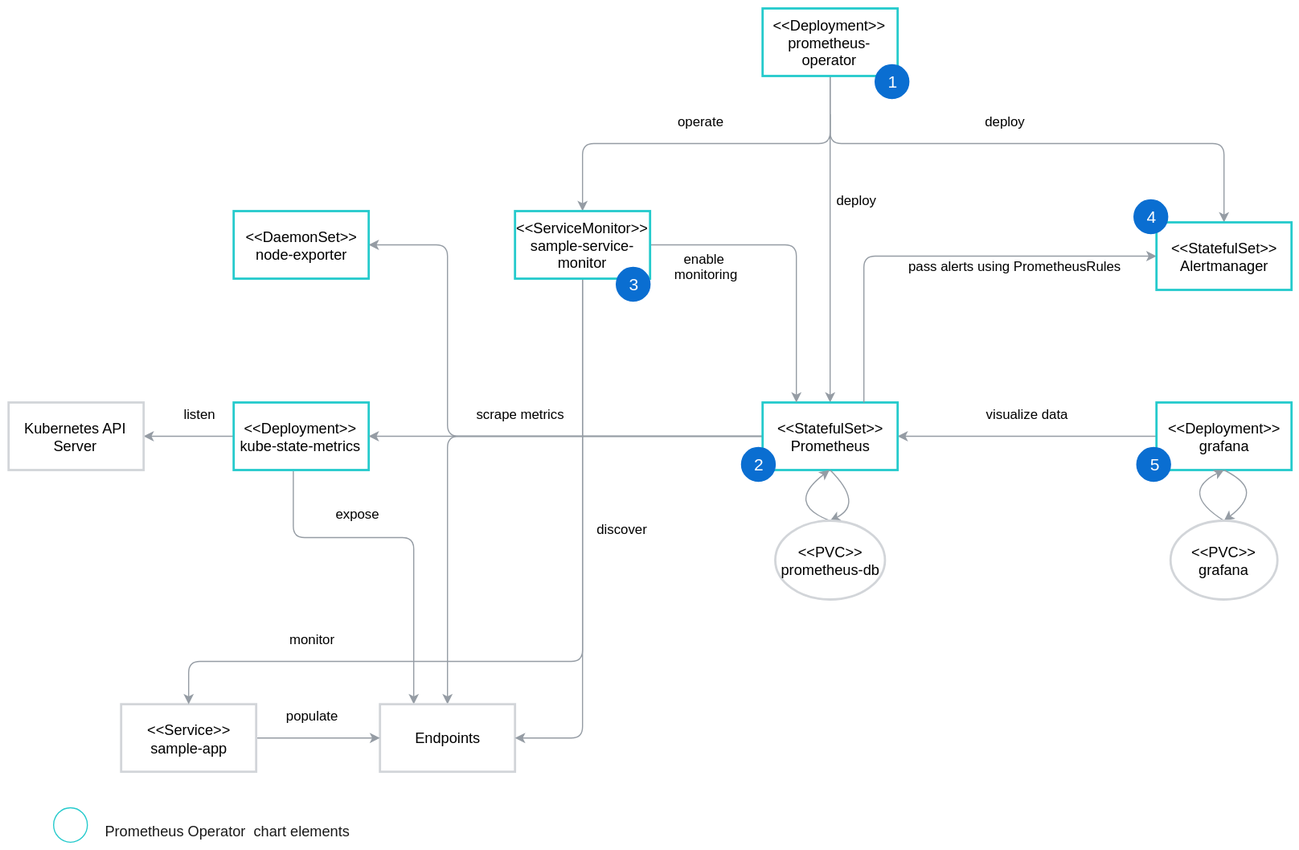
Earlier version of the draw.io export docs/05-technical-reference/03-architecture/assets/obsv-monitoring-architecture.svg (kyma-project/kyma). Source tidied: cells renumbered, new cells last; positions are measured from the earlier drawing's top-left corner, leaving out a move shared by most shapes.
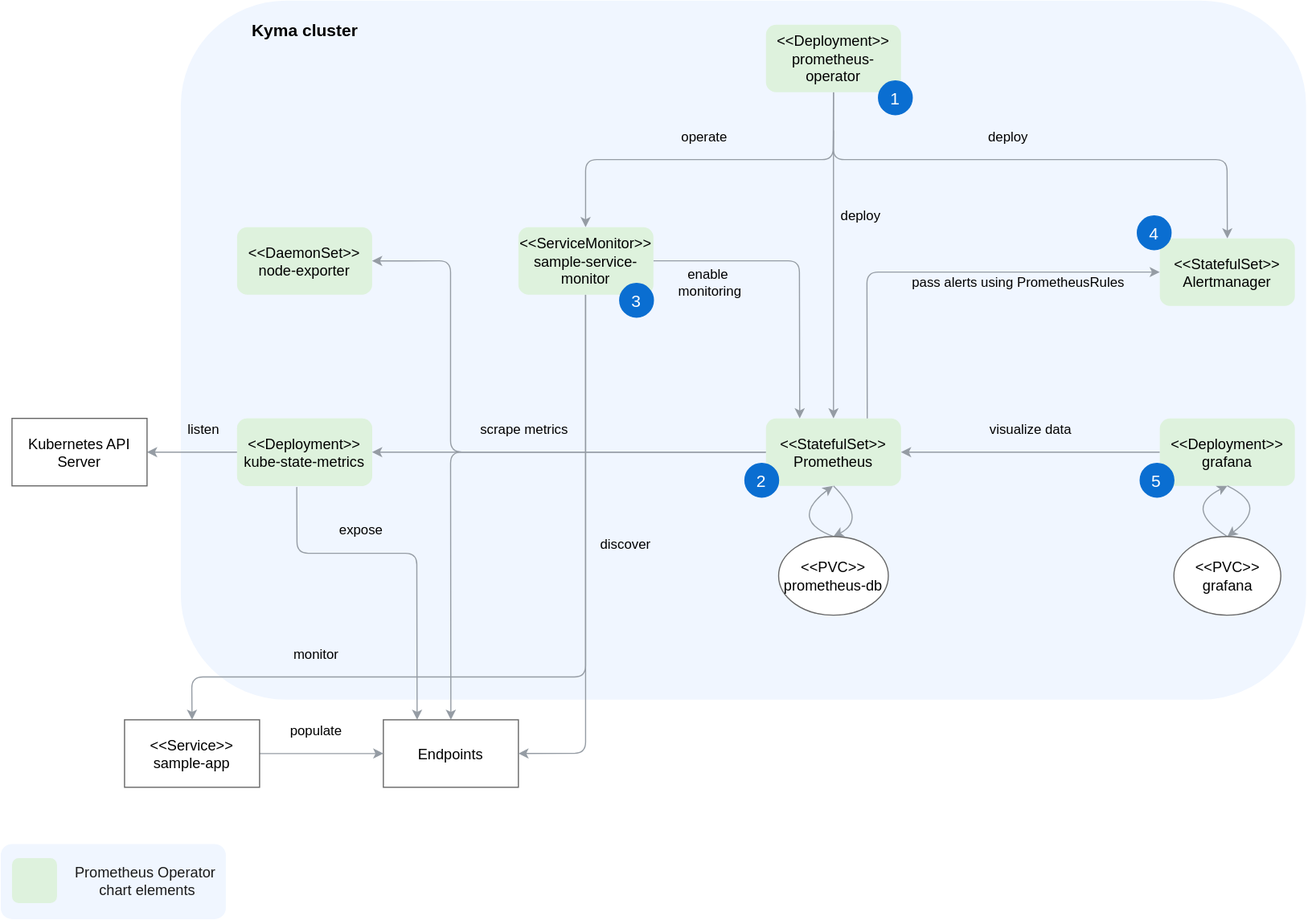
After the commit.

Commit message:
redesign monitoring diagrams in new style

The edit, as a diff of the source:
```diff
@@ -2,6 +2,15 @@
   <root>
     <mxCell id="0" />
     <mxCell id="1" parent="0" />
+    <mxCell id="51" style="rounded=1;whiteSpace=wrap;html=1;strokeColor=none;fillColor=#F0F6FF;" parent="1" vertex="1">
+      <mxGeometry x="-10" y="728.5" width="200" height="66.8" as="geometry" />
+    </mxCell>
+    <mxCell id="52" style="rounded=1;whiteSpace=wrap;html=1;strokeColor=none;fillColor=#F0F6FF;" parent="1" vertex="1">
+      <mxGeometry x="150" y="-21.5" width="1000" height="621.5" as="geometry" />
+    </mxCell>
+    <mxCell id="53" style="rounded=1;whiteSpace=wrap;html=1;strokeColor=none;fillColor=#DEF2DD;" parent="1" vertex="1">
+      <mxGeometry x="200" y="350" width="120" height="60" as="geometry" />
+    </mxCell>
     <mxCell id="2" style="edgeStyle=orthogonalEdgeStyle;jettySize=auto;html=1;exitX=0.5;exitY=1;exitDx=0;exitDy=0;entryX=0.5;entryY=0;entryDx=0;entryDy=0;rounded=1;strokeColor=#959CA4;" parent="1" edge="1" target="17">
       <mxGeometry relative="1" as="geometry">
         <mxPoint x="730" y="94" as="sourcePoint" />
@@ -17,13 +26,13 @@
     <mxCell id="4" style="edgeStyle=orthogonalEdgeStyle;rounded=1;jettySize=auto;html=1;strokeColor=#959CA4;" parent="1" edge="1" source="5" target="15">
       <mxGeometry relative="1" as="geometry" />
     </mxCell>
-    <mxCell id="5" value="&amp;lt;&amp;lt;Deployment&amp;gt;&amp;gt;&lt;br style=&quot;font-size: 13px;&quot;&gt;prometheus-operator" style="rounded=0;whiteSpace=wrap;html=1;strokeColor=#24CACC;strokeWidth=2;fontSize=13;" parent="1" vertex="1">
+    <mxCell id="5" value="&amp;lt;&amp;lt;Deployment&amp;gt;&amp;gt;&lt;br style=&quot;font-size: 13px;&quot;&gt;prometheus-operator" style="rounded=1;whiteSpace=wrap;html=1;strokeWidth=2;fontSize=13;fillColor=#DEF2DD;strokeColor=none;" parent="1" vertex="1">
       <mxGeometry x="670" width="120" height="60" as="geometry" />
     </mxCell>
     <mxCell id="6" style="edgeStyle=orthogonalEdgeStyle;rounded=1;jettySize=auto;html=1;strokeColor=#959CA4;" parent="1" edge="1" source="7" target="15">
       <mxGeometry relative="1" as="geometry" />
     </mxCell>
-    <mxCell id="7" value="&amp;lt;&amp;lt;Deployment&amp;gt;&amp;gt;&lt;br style=&quot;font-size: 13px;&quot;&gt;grafana" style="rounded=0;whiteSpace=wrap;html=1;strokeColor=#24CACC;strokeWidth=2;fontSize=13;" parent="1" vertex="1">
+    <mxCell id="7" value="&amp;lt;&amp;lt;Deployment&amp;gt;&amp;gt;&lt;br style=&quot;font-size: 13px;&quot;&gt;grafana" style="rounded=1;whiteSpace=wrap;html=1;strokeWidth=2;fontSize=13;fillColor=#DEF2DD;strokeColor=none;" parent="1" vertex="1">
       <mxGeometry x="1020" y="350" width="120" height="60" as="geometry" />
     </mxCell>
     <mxCell id="8" style="edgeStyle=orthogonalEdgeStyle;rounded=1;jettySize=auto;html=1;strokeColor=#959CA4;" parent="1" edge="1" source="10" target="11">
@@ -37,10 +46,10 @@
         </Array>
       </mxGeometry>
     </mxCell>
-    <mxCell id="10" value="&amp;lt;&amp;lt;Deployment&amp;gt;&amp;gt;&lt;br style=&quot;font-size: 13px;&quot;&gt;kube-state-metrics" style="rounded=0;whiteSpace=wrap;html=1;strokeColor=#24CACC;strokeWidth=2;fontSize=13;" parent="1" vertex="1">
+    <mxCell id="10" value="&amp;lt;&amp;lt;Deployment&amp;gt;&amp;gt;&lt;br style=&quot;font-size: 13px;&quot;&gt;kube-state-metrics" style="rounded=1;whiteSpace=wrap;html=1;strokeWidth=2;fontSize=13;strokeColor=none;fillColor=#DEF2DD;" parent="1" vertex="1">
       <mxGeometry x="200" y="350" width="120" height="60" as="geometry" />
     </mxCell>
-    <mxCell id="11" value="Kubernetes API Server" style="rounded=0;whiteSpace=wrap;html=1;strokeColor=#D2D5D9;strokeWidth=2;fontSize=13;" parent="1" vertex="1">
+    <mxCell id="11" value="Kubernetes API Server" style="rounded=0;whiteSpace=wrap;html=1;strokeWidth=1;fontSize=13;strokeColor=#666666;" parent="1" vertex="1">
       <mxGeometry y="350" width="120" height="60" as="geometry" />
     </mxCell>
     <mxCell id="12" style="edgeStyle=orthogonalEdgeStyle;rounded=1;jettySize=auto;html=1;entryX=1;entryY=0.5;entryDx=0;entryDy=0;strokeColor=#959CA4;" parent="1" edge="1" source="15" target="10">
@@ -57,13 +66,13 @@
     <mxCell id="14" style="edgeStyle=orthogonalEdgeStyle;rounded=1;jettySize=auto;html=1;entryX=0.5;entryY=0;entryDx=0;entryDy=0;strokeColor=#959CA4;" parent="1" edge="1" source="15" target="25">
       <mxGeometry relative="1" as="geometry" />
     </mxCell>
-    <mxCell id="15" value="&lt;font style=&quot;font-size: 13px&quot;&gt;&amp;lt;&amp;lt;StatefulSet&amp;gt;&amp;gt;&lt;br style=&quot;font-size: 13px;&quot;&gt;Prometheus&lt;/font&gt;" style="rounded=0;whiteSpace=wrap;html=1;strokeColor=#24CACC;strokeWidth=2;fontSize=13;" parent="1" vertex="1">
+    <mxCell id="15" value="&lt;font style=&quot;font-size: 13px&quot;&gt;&amp;lt;&amp;lt;StatefulSet&amp;gt;&amp;gt;&lt;br style=&quot;font-size: 13px;&quot;&gt;Prometheus&lt;/font&gt;" style="rounded=1;whiteSpace=wrap;html=1;strokeWidth=2;fontSize=13;fillColor=#DEF2DD;strokeColor=none;" parent="1" vertex="1">
       <mxGeometry x="670" y="350" width="120" height="60" as="geometry" />
     </mxCell>
     <mxCell id="16" style="edgeStyle=orthogonalEdgeStyle;rounded=1;jettySize=auto;html=1;entryX=0.75;entryY=0;entryDx=0;entryDy=0;strokeColor=#959CA4;startArrow=classic;startFill=1;endArrow=none;endFill=0;" parent="1" edge="1" source="17" target="15">
       <mxGeometry relative="1" as="geometry" />
     </mxCell>
-    <mxCell id="17" value="&amp;lt;&amp;lt;StatefulSet&amp;gt;&amp;gt;&lt;br style=&quot;font-size: 13px;&quot;&gt;Alertmanager" style="rounded=0;whiteSpace=wrap;html=1;strokeColor=#24CACC;strokeWidth=2;fontSize=13;" parent="1" vertex="1">
+    <mxCell id="17" value="&amp;lt;&amp;lt;StatefulSet&amp;gt;&amp;gt;&lt;br style=&quot;font-size: 13px;&quot;&gt;Alertmanager" style="rounded=1;whiteSpace=wrap;html=1;strokeWidth=2;fontSize=13;fillColor=#DEF2DD;strokeColor=none;" parent="1" vertex="1">
       <mxGeometry x="1020" y="190" width="120" height="60" as="geometry" />
     </mxCell>
     <mxCell id="18" style="endArrow=classic;html=1;curved=1;strokeColor=#959CA4;exitX=0.5;exitY=0;exitDx=0;exitDy=0;" parent="1" edge="1" source="20">
@@ -82,7 +91,7 @@
         </Array>
       </mxGeometry>
     </mxCell>
-    <mxCell id="20" value="&amp;lt;&amp;lt;PVC&amp;gt;&amp;gt;&lt;br style=&quot;font-size: 13px;&quot;&gt;prometheus-db" style="ellipse;whiteSpace=wrap;html=1;strokeColor=#D2D5D9;strokeWidth=2;fontSize=13;" parent="1" vertex="1">
+    <mxCell id="20" value="&amp;lt;&amp;lt;PVC&amp;gt;&amp;gt;&lt;br style=&quot;font-size: 13px;&quot;&gt;prometheus-db" style="ellipse;whiteSpace=wrap;html=1;strokeWidth=1;fontSize=13;strokeColor=#666666;" parent="1" vertex="1">
       <mxGeometry x="681.2" y="455" width="97.5" height="70" as="geometry" />
     </mxCell>
     <mxCell id="21" style="endArrow=classic;html=1;curved=1;exitX=0.5;exitY=0;exitDx=0;exitDy=0;strokeColor=#959CA4;" parent="1" edge="1" source="23">
@@ -101,24 +110,21 @@
         </Array>
       </mxGeometry>
     </mxCell>
-    <mxCell id="23" value="&amp;lt;&amp;lt;PVC&amp;gt;&amp;gt;&lt;br style=&quot;font-size: 13px;&quot;&gt;grafana" style="ellipse;whiteSpace=wrap;html=1;strokeColor=#D2D5D9;strokeWidth=2;fontSize=13;" parent="1" vertex="1">
+    <mxCell id="23" value="&amp;lt;&amp;lt;PVC&amp;gt;&amp;gt;&lt;br style=&quot;font-size: 13px;&quot;&gt;grafana" style="ellipse;whiteSpace=wrap;html=1;strokeWidth=1;fontSize=13;strokeColor=#666666;" parent="1" vertex="1">
       <mxGeometry x="1032.5" y="455" width="95" height="70" as="geometry" />
     </mxCell>
-    <mxCell id="24" value="&amp;lt;&amp;lt;DaemonSet&amp;gt;&amp;gt;&lt;br style=&quot;font-size: 13px;&quot;&gt;node-exporter" style="rounded=0;whiteSpace=wrap;html=1;strokeColor=#24CACC;strokeWidth=2;fontSize=13;" parent="1" vertex="1">
+    <mxCell id="24" value="&amp;lt;&amp;lt;DaemonSet&amp;gt;&amp;gt;&lt;br style=&quot;font-size: 13px;&quot;&gt;node-exporter" style="rounded=1;whiteSpace=wrap;html=1;strokeWidth=2;fontSize=13;strokeColor=none;fillColor=#DEF2DD;" parent="1" vertex="1">
       <mxGeometry x="200" y="180" width="120" height="60" as="geometry" />
     </mxCell>
-    <mxCell id="25" value="Endpoints" style="rounded=0;whiteSpace=wrap;html=1;strokeColor=#D2D5D9;strokeWidth=2;fontSize=13;" parent="1" vertex="1">
+    <mxCell id="25" value="Endpoints" style="rounded=0;whiteSpace=wrap;html=1;strokeWidth=1;fontSize=13;strokeColor=#666666;" parent="1" vertex="1">
       <mxGeometry x="330" y="618" width="120" height="60" as="geometry" />
     </mxCell>
     <mxCell id="26" style="edgeStyle=orthogonalEdgeStyle;rounded=1;jettySize=auto;html=1;entryX=0;entryY=0.5;entryDx=0;entryDy=0;startArrow=none;startFill=0;endArrow=classic;endFill=1;strokeColor=#959CA4;" parent="1" edge="1" source="27" target="25">
       <mxGeometry relative="1" as="geometry" />
     </mxCell>
-    <mxCell id="27" value="&amp;lt;&amp;lt;Service&amp;gt;&amp;gt;&lt;br style=&quot;font-size: 13px;&quot;&gt;sample-app" style="rounded=0;whiteSpace=wrap;html=1;strokeColor=#D2D5D9;strokeWidth=2;fontSize=13;" parent="1" vertex="1">
+    <mxCell id="27" value="&amp;lt;&amp;lt;Service&amp;gt;&amp;gt;&lt;br style=&quot;font-size: 13px;&quot;&gt;sample-app" style="rounded=0;whiteSpace=wrap;html=1;strokeWidth=1;fontSize=13;strokeColor=#666666;" parent="1" vertex="1">
       <mxGeometry x="100" y="618" width="120" height="60" as="geometry" />
     </mxCell>
-    <mxCell id="28" value="&lt;font color=&quot;#1a1a1a&quot;&gt;Prometheus Operator&amp;nbsp; chart elements&lt;/font&gt;" style="text;html=1;align=center;verticalAlign=middle;fontSize=13;fontColor=#24CACC;" parent="1" vertex="1">
-      <mxGeometry x="80" y="720.6" width="230" height="20" as="geometry" />
-    </mxCell>
     <mxCell id="29" value="&lt;font style=&quot;font-size: 15px&quot; color=&quot;#ffffff&quot;&gt;1&lt;/font&gt;" style="ellipse;whiteSpace=wrap;html=1;strokeColor=#0A6ED1;fillColor=#0A6ED1;" parent="1" vertex="1">
       <mxGeometry x="770" y="50" width="30" height="30" as="geometry" />
     </mxCell>
@@ -140,12 +146,9 @@
         </Array>
       </mxGeometry>
     </mxCell>
-    <mxCell id="33" value="&amp;lt;&amp;lt;ServiceMonitor&amp;gt;&amp;gt;&lt;br style=&quot;font-size: 13px;&quot;&gt;sample-service-monitor" style="rounded=0;whiteSpace=wrap;html=1;strokeColor=#24CACC;strokeWidth=2;fontSize=13;" parent="1" vertex="1">
+    <mxCell id="33" value="&amp;lt;&amp;lt;ServiceMonitor&amp;gt;&amp;gt;&lt;br style=&quot;font-size: 13px;&quot;&gt;sample-service-monitor" style="rounded=1;whiteSpace=wrap;html=1;strokeWidth=2;fontSize=13;fillColor=#DEF2DD;strokeColor=none;" parent="1" vertex="1">
       <mxGeometry x="450" y="180" width="120" height="60" as="geometry" />
     </mxCell>
-    <mxCell id="34" style="ellipse;whiteSpace=wrap;html=1;strokeColor=#24CACC;" parent="1" vertex="1">
-      <mxGeometry x="40" y="710" width="30" height="30.6" as="geometry" />
-    </mxCell>
     <mxCell id="35" value="monitor" style="text;html=1;align=center;verticalAlign=middle;" parent="1" vertex="1">
       <mxGeometry x="240" y="550" width="60" height="20" as="geometry" />
     </mxCell>
@@ -194,5 +197,14 @@
     <mxCell id="50" value="deploy" style="text;html=1;align=center;verticalAlign=middle;" parent="1" vertex="1">
       <mxGeometry x="728.8" y="160" width="50" height="20" as="geometry" />
     </mxCell>
+    <mxCell id="28" value="&lt;font color=&quot;#1a1a1a&quot;&gt;Prometheus Operator&amp;nbsp; &lt;br&gt;chart elements&lt;/font&gt;" style="text;html=1;align=center;verticalAlign=middle;fontSize=13;fontColor=#24CACC;" parent="1" vertex="1">
+      <mxGeometry x="50" y="741" width="140" height="40" as="geometry" />
+    </mxCell>
+    <mxCell id="54" style="rounded=1;whiteSpace=wrap;html=1;strokeColor=none;fillColor=#DEF2DD;" parent="1" vertex="1">
+      <mxGeometry y="741" width="40" height="40" as="geometry" />
+    </mxCell>
+    <mxCell id="55" value="&lt;font style=&quot;font-size: 15px&quot;&gt;&lt;b&gt;Kyma cluster&lt;/b&gt;&lt;/font&gt;" style="text;html=1;align=center;verticalAlign=middle;" parent="1" vertex="1">
+      <mxGeometry x="205" y="-6" width="110" height="20" as="geometry" />
+    </mxCell>
   </root>
 </mxGraphModel>
```
